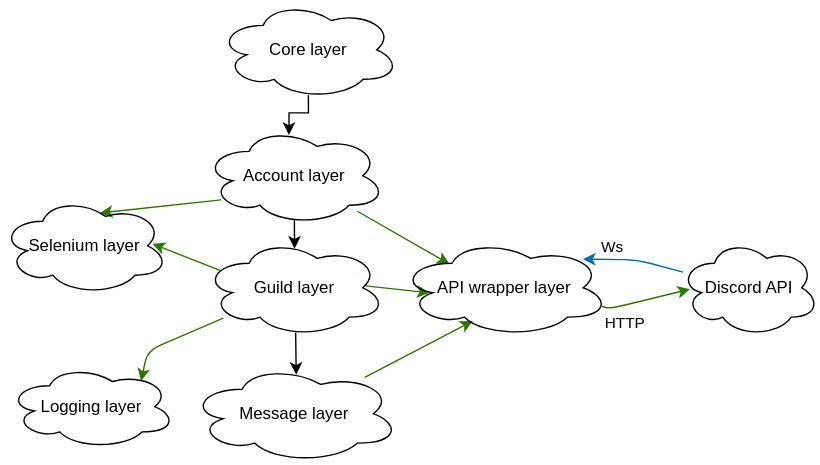
Before: docs/thesis/images/daf_abstraction.drawio.svg, a diagram exported from draw.io (davidhozic/discord-advertisement-framework). Source tidied: cells renumbered, new cells last; positions are measured from the earlier drawing's top-left corner, leaving out a move shared by most shapes.
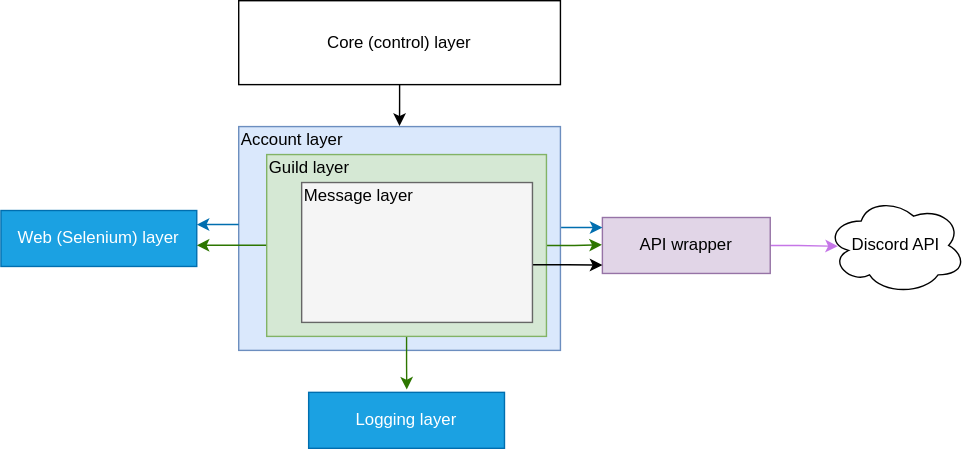
After the commit.

The edit, as a diff of the source:
```diff
@@ -2,89 +2,76 @@
   <root>
     <mxCell id="0" />
     <mxCell id="1" parent="0" />
-    <mxCell id="2" style="edgeStyle=none;html=1;entryX=0.591;entryY=0.165;entryDx=0;entryDy=0;entryPerimeter=0;exitX=0.096;exitY=0.746;exitDx=0;exitDy=0;exitPerimeter=0;fillColor=#60a917;strokeColor=#2D7600;" parent="1" edge="1" source="5" target="13">
-      <mxGeometry relative="1" as="geometry" />
-    </mxCell>
-    <mxCell id="3" style="edgeStyle=none;html=1;entryX=0.238;entryY=0.258;entryDx=0;entryDy=0;entryPerimeter=0;fillColor=#60a917;strokeColor=#2D7600;" parent="1" edge="1" source="5" target="16">
-      <mxGeometry relative="1" as="geometry" />
-    </mxCell>
-    <mxCell id="4" style="edgeStyle=none;html=1;exitX=0.499;exitY=0.954;exitDx=0;exitDy=0;exitPerimeter=0;entryX=0.5;entryY=0.101;entryDx=0;entryDy=0;entryPerimeter=0;" parent="1" edge="1" source="5" target="10">
-      <mxGeometry relative="1" as="geometry" />
-    </mxCell>
+    <mxCell id="23" style="edgeStyle=orthogonalEdgeStyle;rounded=0;jettySize=auto;html=1;entryX=0.084;entryY=0.508;entryDx=0;entryDy=0;entryPerimeter=0;strokeColor=#C576E7;fillColor=#d80073;" parent="1" edge="1" source="24" target="19">
+      <mxGeometry relative="1" as="geometry" />
+    </mxCell>
+    <mxCell id="24" value="API wrapper" style="rounded=0;whiteSpace=wrap;html=1;fillColor=#e1d5e7;strokeColor=#9673a6;" parent="1" vertex="1">
+      <mxGeometry x="355" y="175" width="120" height="40" as="geometry" />
+    </mxCell>
+    <mxCell id="19" value="Discord API" style="ellipse;shape=cloud;whiteSpace=wrap;html=1;fillColor=none;gradientColor=none;" parent="1" vertex="1">
+      <mxGeometry x="515" y="160" width="100" height="70" as="geometry" />
+    </mxCell>
+    <mxCell id="25" value="Web (Selenium) layer" style="rounded=0;whiteSpace=wrap;html=1;fillColor=#1ba1e2;strokeColor=#006EAF;fontColor=#ffffff;" parent="1" vertex="1">
+      <mxGeometry x="-75" y="170" width="140" height="40" as="geometry" />
+    </mxCell>
+    <mxCell id="20" value="Logging layer" style="rounded=0;whiteSpace=wrap;html=1;fillColor=#1ba1e2;strokeColor=#006EAF;fontColor=#ffffff;" parent="1" vertex="1">
+      <mxGeometry x="145" y="300" width="140" height="40" as="geometry" />
+    </mxCell>
+    <mxCell id="26" style="edgeStyle=orthogonalEdgeStyle;rounded=0;jettySize=auto;html=1;strokeColor=#006EAF;fillColor=#1ba1e2;exitX=1.002;exitY=0.451;exitDx=0;exitDy=0;exitPerimeter=0;" parent="1" edge="1" source="27">
+      <mxGeometry relative="1" as="geometry">
+        <mxPoint x="355" y="182" as="targetPoint" />
+      </mxGeometry>
+    </mxCell>
+    <mxCell id="27" style="rounded=0;whiteSpace=wrap;html=1;fillColor=#dae8fc;strokeColor=#6c8ebf;" parent="1" vertex="1">
+      <mxGeometry x="95" y="110" width="230" height="160" as="geometry" />
+    </mxCell>
+    <mxCell id="28" style="edgeStyle=orthogonalEdgeStyle;rounded=0;jettySize=auto;html=1;entryX=0.501;entryY=-0.05;entryDx=0;entryDy=0;entryPerimeter=0;fillColor=#60a917;strokeColor=#2D7600;" parent="1" edge="1" source="30" target="20">
+      <mxGeometry relative="1" as="geometry" />
+    </mxCell>
+    <mxCell id="29" style="edgeStyle=orthogonalEdgeStyle;rounded=0;jettySize=auto;html=1;entryX=-0.003;entryY=0.488;entryDx=0;entryDy=0;entryPerimeter=0;strokeColor=#2D7600;fillColor=#60a917;" parent="1" edge="1" source="30" target="24">
+      <mxGeometry relative="1" as="geometry" />
+    </mxCell>
+    <mxCell id="30" style="rounded=0;whiteSpace=wrap;html=1;fillColor=#d5e8d4;strokeColor=#82b366;" parent="1" vertex="1">
+      <mxGeometry x="115" y="130" width="200" height="130" as="geometry" />
+    </mxCell>
+    <mxCell id="31" style="edgeStyle=orthogonalEdgeStyle;rounded=0;jettySize=auto;html=1;exitX=1.001;exitY=0.588;exitDx=0;exitDy=0;exitPerimeter=0;" parent="1" edge="1" source="32">
+      <mxGeometry relative="1" as="geometry">
+        <mxPoint x="355" y="209" as="targetPoint" />
+        <Array as="points">
+          <mxPoint x="330" y="209" />
+        </Array>
+      </mxGeometry>
+    </mxCell>
+    <mxCell id="32" style="rounded=0;whiteSpace=wrap;html=1;fillColor=#f5f5f5;strokeColor=#666666;fontColor=#333333;" parent="1" vertex="1">
+      <mxGeometry x="140" y="150" width="165" height="100" as="geometry" />
+    </mxCell>
-    <mxCell id="5" value="Account layer" style="ellipse;shape=cloud;whiteSpace=wrap;html=1;fillColor=none;gradientColor=none;" parent="1" vertex="1">
-      <mxGeometry x="145" y="90" width="130" height="70" as="geometry" />
+    <mxCell id="5" value="Account layer" style="text;html=1;strokeColor=none;fillColor=none;align=left;verticalAlign=middle;whiteSpace=wrap;rounded=0;" parent="1" vertex="1">
+      <mxGeometry x="95" y="110" width="120" height="20" as="geometry" />
     </mxCell>
-    <mxCell id="6" style="edgeStyle=none;html=1;entryX=0.904;entryY=0.48;entryDx=0;entryDy=0;entryPerimeter=0;exitX=0.09;exitY=0.322;exitDx=0;exitDy=0;exitPerimeter=0;fillColor=#60a917;strokeColor=#2D7600;" parent="1" edge="1" source="10" target="13">
-      <mxGeometry relative="1" as="geometry" />
-    </mxCell>
-    <mxCell id="7" style="edgeStyle=none;html=1;entryX=0.143;entryY=0.552;entryDx=0;entryDy=0;entryPerimeter=0;fillColor=#60a917;strokeColor=#2D7600;exitX=0.89;exitY=0.481;exitDx=0;exitDy=0;exitPerimeter=0;" parent="1" edge="1" source="10" target="16">
-      <mxGeometry relative="1" as="geometry" />
-    </mxCell>
-    <mxCell id="8" style="edgeStyle=none;html=1;entryX=0.508;entryY=0.103;entryDx=0;entryDy=0;entryPerimeter=0;exitX=0.506;exitY=0.957;exitDx=0;exitDy=0;exitPerimeter=0;" parent="1" edge="1" source="10" target="12">
-      <mxGeometry relative="1" as="geometry" />
-    </mxCell>
-    <mxCell id="9" style="edgeStyle=none;html=1;entryX=0.794;entryY=0.193;entryDx=0;entryDy=0;entryPerimeter=0;fillColor=#60a917;strokeColor=#2D7600;" parent="1" edge="1" source="10" target="20">
-      <mxGeometry relative="1" as="geometry">
-        <Array as="points">
-          <mxPoint x="105" y="250" />
-        </Array>
-      </mxGeometry>
-    </mxCell>
-    <mxCell id="10" value="Guild layer" style="ellipse;shape=cloud;whiteSpace=wrap;html=1;fillColor=none;gradientColor=none;" parent="1" vertex="1">
-      <mxGeometry x="145" y="170" width="130" height="70" as="geometry" />
+    <mxCell id="10" value="Guild layer" style="text;html=1;strokeColor=none;fillColor=none;align=left;verticalAlign=middle;whiteSpace=wrap;rounded=0;" parent="1" vertex="1">
+      <mxGeometry x="115" y="130" width="120" height="20" as="geometry" />
     </mxCell>
-    <mxCell id="11" style="edgeStyle=none;html=1;entryX=0.349;entryY=0.839;entryDx=0;entryDy=0;entryPerimeter=0;fillColor=#60a917;strokeColor=#2D7600;" parent="1" edge="1" source="12" target="16">
-      <mxGeometry relative="1" as="geometry" />
-    </mxCell>
-    <mxCell id="12" value="Message layer" style="ellipse;shape=cloud;whiteSpace=wrap;html=1;fillColor=none;gradientColor=none;" parent="1" vertex="1">
-      <mxGeometry x="135" y="260" width="150" height="70" as="geometry" />
+    <mxCell id="12" value="Message layer" style="text;html=1;strokeColor=none;fillColor=none;align=left;verticalAlign=middle;whiteSpace=wrap;rounded=0;" parent="1" vertex="1">
+      <mxGeometry x="140" y="150" width="120" height="20" as="geometry" />
     </mxCell>
-    <mxCell id="13" value="Selenium layer" style="ellipse;shape=cloud;whiteSpace=wrap;html=1;fillColor=none;gradientColor=none;" parent="1" vertex="1">
-      <mxGeometry y="140" width="120" height="70" as="geometry" />
-    </mxCell>
-    <mxCell id="14" style="edgeStyle=none;html=1;entryX=0.077;entryY=0.514;entryDx=0;entryDy=0;entryPerimeter=0;fillColor=#60a917;strokeColor=#2D7600;" parent="1" edge="1" source="16" target="19">
-      <mxGeometry relative="1" as="geometry">
-        <Array as="points">
-          <mxPoint x="435" y="220" />
-        </Array>
-      </mxGeometry>
-    </mxCell>
-    <mxCell id="15" value="HTTP" style="edgeLabel;html=1;align=center;verticalAlign=middle;" parent="14" vertex="1">
-      <mxGeometry x="0.02" y="1" relative="1" as="geometry">
-        <mxPoint x="-16" y="17" as="offset" />
-      </mxGeometry>
-    </mxCell>
-    <mxCell id="16" value="API wrapper&amp;nbsp;layer" style="ellipse;shape=cloud;whiteSpace=wrap;html=1;fillColor=none;gradientColor=none;" parent="1" vertex="1">
-      <mxGeometry x="285" y="170" width="150" height="70" as="geometry" />
-    </mxCell>
-    <mxCell id="17" style="edgeStyle=none;html=1;fillColor=#1ba1e2;strokeColor=#006EAF;entryX=0.874;entryY=0.208;entryDx=0;entryDy=0;entryPerimeter=0;" parent="1" edge="1" source="19" target="16">
-      <mxGeometry relative="1" as="geometry">
-        <Array as="points">
-          <mxPoint x="455" y="185" />
-        </Array>
-      </mxGeometry>
-    </mxCell>
-    <mxCell id="18" value="Ws" style="edgeLabel;html=1;align=center;verticalAlign=middle;" parent="17" vertex="1">
-      <mxGeometry x="-0.24" y="2" relative="1" as="geometry">
-        <mxPoint x="-25" y="-13" as="offset" />
-      </mxGeometry>
-    </mxCell>
-    <mxCell id="19" value="Discord API" style="ellipse;shape=cloud;whiteSpace=wrap;html=1;fillColor=none;gradientColor=none;" parent="1" vertex="1">
-      <mxGeometry x="485" y="170" width="100" height="70" as="geometry" />
-    </mxCell>
-    <mxCell id="20" value="Logging layer" style="ellipse;shape=cloud;whiteSpace=wrap;html=1;fillColor=none;gradientColor=none;" parent="1" vertex="1">
-      <mxGeometry x="5" y="260" width="120" height="60" as="geometry" />
-    </mxCell>
-    <mxCell id="21" style="edgeStyle=orthogonalEdgeStyle;rounded=0;jettySize=auto;html=1;entryX=0.469;entryY=0.083;entryDx=0;entryDy=0;entryPerimeter=0;exitX=0.499;exitY=0.963;exitDx=0;exitDy=0;exitPerimeter=0;" parent="1" edge="1" source="22" target="5">
-      <mxGeometry relative="1" as="geometry">
-        <Array as="points">
-          <mxPoint x="220" y="80" />
-          <mxPoint x="206" y="80" />
-        </Array>
-      </mxGeometry>
-    </mxCell>
-    <mxCell id="22" value="Core layer" style="ellipse;shape=cloud;whiteSpace=wrap;html=1;fillColor=none;gradientColor=none;" parent="1" vertex="1">
-      <mxGeometry x="155" width="130" height="70" as="geometry" />
-    </mxCell>
+    <mxCell id="33" style="edgeStyle=orthogonalEdgeStyle;rounded=0;jettySize=auto;html=1;strokeColor=#006EAF;" parent="1" edge="1" source="27" target="25">
+      <mxGeometry relative="1" as="geometry">
+        <Array as="points">
+          <mxPoint x="75" y="180" />
+          <mxPoint x="75" y="180" />
+        </Array>
+      </mxGeometry>
+    </mxCell>
+    <mxCell id="34" style="endArrow=classic;html=1;rounded=0;strokeColor=#2D7600;exitX=-0.002;exitY=0.499;exitDx=0;exitDy=0;exitPerimeter=0;fillColor=#60a917;" parent="1" edge="1" source="30">
+      <mxGeometry relative="1" as="geometry">
+        <mxPoint x="65" y="194.9" as="targetPoint" />
+      </mxGeometry>
+    </mxCell>
+    <mxCell id="35" style="edgeStyle=orthogonalEdgeStyle;rounded=0;jettySize=auto;html=1;strokeColor=#000000;entryX=0.958;entryY=-0.025;entryDx=0;entryDy=0;entryPerimeter=0;" parent="1" edge="1" source="36" target="5">
+      <mxGeometry relative="1" as="geometry" />
+    </mxCell>
+    <mxCell id="36" value="Core (control) layer" style="rounded=0;whiteSpace=wrap;html=1;" parent="1" vertex="1">
+      <mxGeometry x="95" y="20" width="230" height="60" as="geometry" />
+    </mxCell>
   </root>
 </mxGraphModel>
```
